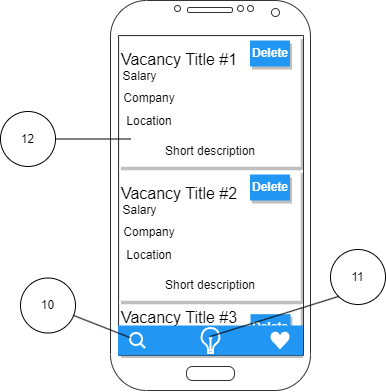
This is Mockups — копия/SavedVacancies.drawio.png from NikitunPVLK/JobSeeker, a draw.io export, as it was before one commit. Source tidied: cells renumbered, new cells last; positions are measured from the earlier drawing's top-left corner, leaving out a move shared by most shapes. Its diagram source:
```xml
<mxGraphModel>
  <root>
    <mxCell id="0" />
    <mxCell id="1" parent="0" />
    <mxCell id="2" style="verticalLabelPosition=bottom;verticalAlign=top;html=1;shadow=0;dashed=0;strokeWidth=1;shape=mxgraph.android.phone2;strokeColor=#333333;" parent="1" vertex="1">
      <mxGeometry x="110" width="200" height="390" as="geometry" />
    </mxCell>
    <mxCell id="3" style="dashed=0;shape=rect;fillColor=#ffffff;strokeColor=#eeeeee;shadow=1;fontColor=#000000;fontSize=24;fontStyle=0;verticalAlign=top;spacingBottom=0;spacingLeft=16;spacingTop=15;align=left;whiteSpace=wrap;html=1;" parent="1" vertex="1">
      <mxGeometry x="119" y="36" width="181" height="130" as="geometry" />
    </mxCell>
    <mxCell id="4" value="&lt;font style=&quot;font-size: 16px;&quot;&gt;Vacancy Title #1&lt;/font&gt;" style="text;html=1;strokeColor=none;fillColor=none;align=center;verticalAlign=middle;whiteSpace=wrap;rounded=0;" parent="3" vertex="1">
      <mxGeometry width="120" height="45.3" as="geometry" />
    </mxCell>
    <mxCell id="5" value="Salary" style="text;html=1;strokeColor=none;fillColor=none;align=center;verticalAlign=middle;whiteSpace=wrap;rounded=0;" parent="3" vertex="1">
      <mxGeometry y="30" width="40.5" height="20" as="geometry" />
    </mxCell>
    <mxCell id="6" value="Company" style="text;html=1;strokeColor=none;fillColor=none;align=center;verticalAlign=middle;whiteSpace=wrap;rounded=0;" parent="3" vertex="1">
      <mxGeometry y="50" width="60" height="23.1" as="geometry" />
    </mxCell>
    <mxCell id="7" value="Location" style="text;html=1;strokeColor=none;fillColor=none;align=center;verticalAlign=middle;whiteSpace=wrap;rounded=0;" parent="3" vertex="1">
      <mxGeometry x="5" y="73.1" width="50" height="23.6" as="geometry" />
    </mxCell>
    <mxCell id="8" value="Short description" style="text;html=1;strokeColor=none;fillColor=none;align=center;verticalAlign=middle;whiteSpace=wrap;rounded=0;" parent="3" vertex="1">
      <mxGeometry x="35.5" y="100" width="110" height="30" as="geometry" />
    </mxCell>
    <mxCell id="9" value="Delete" style="whiteSpace=wrap;html=1;dashed=0;align=center;fontSize=12;shape=rect;fillColor=#2196F3;strokeColor=none;fontStyle=1;shadow=1;fontColor=#ffffff;" parent="3" vertex="1">
      <mxGeometry x="130.5" y="4" width="40" height="26" as="geometry" />
    </mxCell>
    <mxCell id="10" style="dashed=0;shape=rect;fillColor=#ffffff;strokeColor=#eeeeee;shadow=1;fontColor=#000000;fontSize=24;fontStyle=0;verticalAlign=top;spacingBottom=0;spacingLeft=16;spacingTop=15;align=left;whiteSpace=wrap;html=1;" parent="1" vertex="1">
      <mxGeometry x="119" y="170" width="181" height="130" as="geometry" />
    </mxCell>
    <mxCell id="11" value="&lt;font style=&quot;font-size: 16px;&quot;&gt;Vacancy Title #2&lt;/font&gt;" style="text;html=1;strokeColor=none;fillColor=none;align=center;verticalAlign=middle;whiteSpace=wrap;rounded=0;" parent="10" vertex="1">
      <mxGeometry width="120" height="45.3" as="geometry" />
    </mxCell>
    <mxCell id="12" value="Salary" style="text;html=1;strokeColor=none;fillColor=none;align=center;verticalAlign=middle;whiteSpace=wrap;rounded=0;" parent="10" vertex="1">
      <mxGeometry y="30" width="40.5" height="20" as="geometry" />
    </mxCell>
    <mxCell id="13" value="Company" style="text;html=1;strokeColor=none;fillColor=none;align=center;verticalAlign=middle;whiteSpace=wrap;rounded=0;" parent="10" vertex="1">
      <mxGeometry y="50" width="60" height="23.1" as="geometry" />
    </mxCell>
    <mxCell id="14" value="Location" style="text;html=1;strokeColor=none;fillColor=none;align=center;verticalAlign=middle;whiteSpace=wrap;rounded=0;" parent="10" vertex="1">
      <mxGeometry x="5" y="73.1" width="50" height="23.6" as="geometry" />
    </mxCell>
    <mxCell id="15" value="Short description" style="text;html=1;strokeColor=none;fillColor=none;align=center;verticalAlign=middle;whiteSpace=wrap;rounded=0;" parent="10" vertex="1">
      <mxGeometry x="35.5" y="100" width="110" height="30" as="geometry" />
    </mxCell>
    <mxCell id="16" value="Delete" style="whiteSpace=wrap;html=1;dashed=0;align=center;fontSize=12;shape=rect;fillColor=#2196F3;strokeColor=none;fontStyle=1;shadow=1;fontColor=#ffffff;" parent="10" vertex="1">
      <mxGeometry x="130.5" y="4" width="40" height="26" as="geometry" />
    </mxCell>
    <mxCell id="17" style="dashed=0;shape=rect;fillColor=#ffffff;strokeColor=#eeeeee;shadow=1;fontColor=#000000;fontSize=24;fontStyle=0;verticalAlign=top;spacingBottom=0;spacingLeft=16;spacingTop=15;align=left;whiteSpace=wrap;html=1;" parent="1" vertex="1">
      <mxGeometry x="119" y="304" width="181" height="50" as="geometry" />
    </mxCell>
    <mxCell id="18" value="Delete" style="whiteSpace=wrap;html=1;dashed=0;align=center;fontSize=12;shape=rect;fillColor=#2196F3;strokeColor=none;fontStyle=1;shadow=1;fontColor=#ffffff;" parent="1" vertex="1">
      <mxGeometry x="250" y="313.7" width="40" height="26" as="geometry" />
    </mxCell>
    <mxCell id="19" value="&lt;font style=&quot;font-size: 16px;&quot;&gt;Vacancy Title #3&lt;/font&gt;" style="text;html=1;strokeColor=none;fillColor=none;align=center;verticalAlign=middle;whiteSpace=wrap;rounded=0;" parent="1" vertex="1">
      <mxGeometry x="119" y="294.3" width="120" height="45.3" as="geometry" />
    </mxCell>
    <mxCell id="20" value="Salary" style="text;html=1;strokeColor=none;fillColor=none;align=center;verticalAlign=middle;whiteSpace=wrap;rounded=0;" parent="1" vertex="1">
      <mxGeometry x="119" y="330" width="40.5" height="20" as="geometry" />
    </mxCell>
    <mxCell id="21" style="dashed=0;align=center;fontSize=12;shape=rect;fillColor=#2196F3;strokeColor=none;shadow=0;hachureGap=4;fontFamily=Helvetica;" parent="1" vertex="1">
      <mxGeometry x="117.5" y="325" width="185" height="30" as="geometry" />
    </mxCell>
    <mxCell id="22" style="html=1;dashed=0;verticalLabelPosition=bottom;verticalAlign=top;align=center;shape=mxgraph.gmdl.heart;strokeColor=none;fillColor=#FFFFFF;shadow=0;sketch=0;" parent="1" vertex="1">
      <mxGeometry x="269.5" y="331" width="20" height="18" as="geometry" />
    </mxCell>
    <mxCell id="23" style="html=1;verticalLabelPosition=bottom;align=center;labelBackgroundColor=#ffffff;verticalAlign=top;strokeWidth=2;strokeColor=#FFFFFF;shadow=0;dashed=0;shape=mxgraph.ios7.icons.looking_glass;fillColor=#2196F3;" parent="1" vertex="1">
      <mxGeometry x="129.5" y="332.5" width="15" height="15" as="geometry" />
    </mxCell>
    <mxCell id="24" style="html=1;verticalLabelPosition=bottom;align=center;labelBackgroundColor=#ffffff;verticalAlign=top;strokeWidth=2;strokeColor=#FFFFFF;shadow=0;dashed=0;shape=mxgraph.ios7.icons.lightbulb;fillColor=#2196F3;" parent="1" vertex="1">
      <mxGeometry x="200.4" y="327.5" width="19.2" height="25" as="geometry" />
    </mxCell>
    <mxCell id="25" value="10" style="ellipse;whiteSpace=wrap;html=1;" parent="1" vertex="1">
      <mxGeometry x="20" y="277.5" width="55" height="55" as="geometry" />
    </mxCell>
    <mxCell id="26" style="endArrow=none;html=1;rounded=0;" parent="1" edge="1" source="25" target="23">
      <mxGeometry relative="1" as="geometry" />
    </mxCell>
    <mxCell id="27" value="11" style="ellipse;whiteSpace=wrap;html=1;" parent="1" vertex="1">
      <mxGeometry x="330" y="249" width="55" height="55" as="geometry" />
    </mxCell>
    <mxCell id="28" style="endArrow=none;html=1;rounded=0;exitX=0;exitY=1;exitDx=0;exitDy=0;entryX=0.444;entryY=0.351;entryDx=0;entryDy=0;entryPerimeter=0;" parent="1" edge="1" source="27" target="24">
      <mxGeometry relative="1" as="geometry" />
    </mxCell>
    <mxCell id="29" value="12" style="ellipse;whiteSpace=wrap;html=1;" parent="1" vertex="1">
      <mxGeometry y="111" width="55" height="55" as="geometry" />
    </mxCell>
    <mxCell id="30" style="endArrow=none;html=1;rounded=0;exitX=1;exitY=0.5;exitDx=0;exitDy=0;" parent="1" edge="1" source="29">
      <mxGeometry relative="1" as="geometry">
        <mxPoint x="130" y="138.5" as="targetPoint" />
      </mxGeometry>
    </mxCell>
  </root>
</mxGraphModel>
```
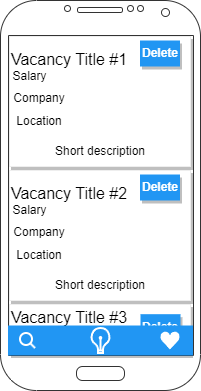
After the commit.

The edit, as a diff of the source:
```diff
@@ -71,25 +71,5 @@
     <mxCell id="24" style="html=1;verticalLabelPosition=bottom;align=center;labelBackgroundColor=#ffffff;verticalAlign=top;strokeWidth=2;strokeColor=#FFFFFF;shadow=0;dashed=0;shape=mxgraph.ios7.icons.lightbulb;fillColor=#2196F3;" parent="1" vertex="1">
       <mxGeometry x="200.4" y="327.5" width="19.2" height="25" as="geometry" />
     </mxCell>
-    <mxCell id="25" value="10" style="ellipse;whiteSpace=wrap;html=1;" parent="1" vertex="1">
-      <mxGeometry x="20" y="277.5" width="55" height="55" as="geometry" />
-    </mxCell>
-    <mxCell id="26" style="endArrow=none;html=1;rounded=0;" parent="1" edge="1" source="25" target="23">
-      <mxGeometry relative="1" as="geometry" />
-    </mxCell>
-    <mxCell id="27" value="11" style="ellipse;whiteSpace=wrap;html=1;" parent="1" vertex="1">
-      <mxGeometry x="330" y="249" width="55" height="55" as="geometry" />
-    </mxCell>
-    <mxCell id="28" style="endArrow=none;html=1;rounded=0;exitX=0;exitY=1;exitDx=0;exitDy=0;entryX=0.444;entryY=0.351;entryDx=0;entryDy=0;entryPerimeter=0;" parent="1" edge="1" source="27" target="24">
-      <mxGeometry relative="1" as="geometry" />
-    </mxCell>
-    <mxCell id="29" value="12" style="ellipse;whiteSpace=wrap;html=1;" parent="1" vertex="1">
-      <mxGeometry y="111" width="55" height="55" as="geometry" />
-    </mxCell>
-    <mxCell id="30" style="endArrow=none;html=1;rounded=0;exitX=1;exitY=0.5;exitDx=0;exitDy=0;" parent="1" edge="1" source="29">
-      <mxGeometry relative="1" as="geometry">
-        <mxPoint x="130" y="138.5" as="targetPoint" />
-      </mxGeometry>
-    </mxCell>
   </root>
 </mxGraphModel>
```
